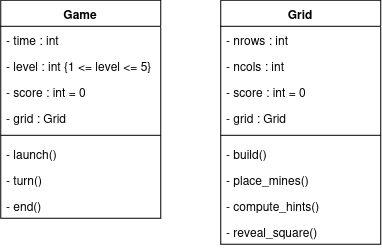
Before: analyse/png/classes.png, a diagram exported from draw.io (EstebanAugustin/poo-ppmd). Source tidied: cells renumbered, new cells last; positions are measured from the earlier drawing's top-left corner, leaving out a move shared by most shapes.
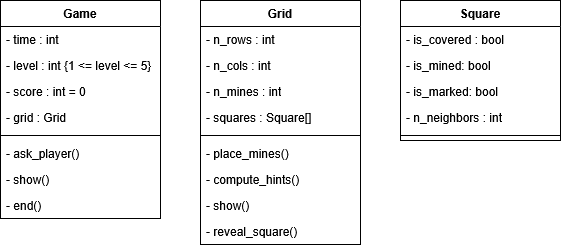
The same diagram one commit later.

Commit message:
maj diagrammes

Change to the diagram source:
```diff
@@ -3,7 +3,7 @@
     <mxCell id="0" />
     <mxCell id="1" parent="0" />
     <mxCell id="2" value="&lt;div&gt;Game&lt;/div&gt;" style="swimlane;fontStyle=1;align=center;verticalAlign=top;horizontal=1;startSize=26;whiteSpace=wrap;html=1;" parent="1" vertex="1">
-      <mxGeometry width="160" height="218" as="geometry" />
+      <mxGeometry x="10" y="10" width="160" height="218" as="geometry" />
     </mxCell>
     <mxCell id="3" value="- time : int" style="text;strokeColor=none;fillColor=none;align=left;verticalAlign=top;spacingLeft=4;spacingRight=4;overflow=hidden;whiteSpace=wrap;html=1;" parent="2" vertex="1">
       <mxGeometry y="26" width="160" height="26" as="geometry" />
@@ -20,44 +20,62 @@
     <mxCell id="7" style="line;strokeWidth=1;fillColor=none;align=left;verticalAlign=middle;spacingTop=-1;spacingLeft=3;spacingRight=3;labelPosition=right;strokeColor=inherit;" parent="2" vertex="1">
       <mxGeometry y="130" width="160" height="10" as="geometry" />
     </mxCell>
-    <mxCell id="8" value="&lt;div&gt;- launch()&lt;/div&gt;" style="text;strokeColor=none;fillColor=none;align=left;verticalAlign=top;spacingLeft=4;spacingRight=4;overflow=hidden;whiteSpace=wrap;html=1;" parent="2" vertex="1">
-      <mxGeometry y="140" width="160" height="26" as="geometry" />
-    </mxCell>
-    <mxCell id="9" value="&lt;div&gt;- turn()&lt;/div&gt;" style="text;strokeColor=none;fillColor=none;align=left;verticalAlign=top;spacingLeft=4;spacingRight=4;overflow=hidden;whiteSpace=wrap;html=1;" parent="2" vertex="1">
-      <mxGeometry y="166" width="160" height="26" as="geometry" />
-    </mxCell>
+    <mxCell id="21" value="&lt;div&gt;- ask_player()&lt;/div&gt;" style="text;strokeColor=none;fillColor=none;align=left;verticalAlign=top;spacingLeft=4;spacingRight=4;overflow=hidden;whiteSpace=wrap;html=1;" parent="2" vertex="1">
+      <mxGeometry y="140" width="160" height="26" as="geometry" />
+    </mxCell>
+    <mxCell id="22" value="&lt;div&gt;- show()&lt;/div&gt;" style="text;strokeColor=none;fillColor=none;align=left;verticalAlign=top;spacingLeft=4;spacingRight=4;overflow=hidden;whiteSpace=wrap;html=1;" parent="2" vertex="1">
+      <mxGeometry y="166" width="160" height="26" as="geometry" />
+    </mxCell>
     <mxCell id="10" value="&lt;div&gt;- end()&lt;/div&gt;" style="text;strokeColor=none;fillColor=none;align=left;verticalAlign=top;spacingLeft=4;spacingRight=4;overflow=hidden;whiteSpace=wrap;html=1;" parent="2" vertex="1">
       <mxGeometry y="192" width="160" height="26" as="geometry" />
     </mxCell>
     <mxCell id="11" value="Grid" style="swimlane;fontStyle=1;align=center;verticalAlign=top;horizontal=1;startSize=26;whiteSpace=wrap;html=1;" parent="1" vertex="1">
-      <mxGeometry x="220" width="160" height="244" as="geometry" />
+      <mxGeometry x="210" y="10" width="160" height="244" as="geometry" />
     </mxCell>
-    <mxCell id="12" value="&lt;div&gt;- nrows : int&lt;/div&gt;" style="text;strokeColor=none;fillColor=none;align=left;verticalAlign=top;spacingLeft=4;spacingRight=4;overflow=hidden;whiteSpace=wrap;html=1;" parent="11" vertex="1">
+    <mxCell id="12" value="&lt;div&gt;- n_rows : int&lt;/div&gt;" style="text;strokeColor=none;fillColor=none;align=left;verticalAlign=top;spacingLeft=4;spacingRight=4;overflow=hidden;whiteSpace=wrap;html=1;" parent="11" vertex="1">
       <mxGeometry y="26" width="160" height="26" as="geometry" />
     </mxCell>
-    <mxCell id="13" value="- ncols : int" style="text;strokeColor=none;fillColor=none;align=left;verticalAlign=top;spacingLeft=4;spacingRight=4;overflow=hidden;whiteSpace=wrap;html=1;" parent="11" vertex="1">
+    <mxCell id="13" value="- n_cols : int" style="text;strokeColor=none;fillColor=none;align=left;verticalAlign=top;spacingLeft=4;spacingRight=4;overflow=hidden;whiteSpace=wrap;html=1;" parent="11" vertex="1">
       <mxGeometry y="52" width="160" height="26" as="geometry" />
     </mxCell>
-    <mxCell id="14" value="&lt;div&gt;- score : int = 0&lt;/div&gt;&lt;div&gt;&lt;br&gt;&lt;/div&gt;" style="text;strokeColor=none;fillColor=none;align=left;verticalAlign=top;spacingLeft=4;spacingRight=4;overflow=hidden;whiteSpace=wrap;html=1;" parent="11" vertex="1">
-      <mxGeometry y="78" width="160" height="26" as="geometry" />
-    </mxCell>
+    <mxCell id="23" value="- n_mines : int" style="text;strokeColor=none;fillColor=none;align=left;verticalAlign=top;spacingLeft=4;spacingRight=4;overflow=hidden;whiteSpace=wrap;html=1;" parent="11" vertex="1">
+      <mxGeometry y="78" width="160" height="26" as="geometry" />
+    </mxCell>
-    <mxCell id="15" value="&lt;div&gt;- grid : Grid&lt;/div&gt;&lt;div&gt;&lt;br&gt;&lt;/div&gt;" style="text;strokeColor=none;fillColor=none;align=left;verticalAlign=top;spacingLeft=4;spacingRight=4;overflow=hidden;whiteSpace=wrap;html=1;" parent="11" vertex="1">
+    <mxCell id="15" value="&lt;div&gt;- squares : Square[]&amp;nbsp;&lt;/div&gt;&lt;div&gt;&lt;br&gt;&lt;/div&gt;" style="text;strokeColor=none;fillColor=none;align=left;verticalAlign=top;spacingLeft=4;spacingRight=4;overflow=hidden;whiteSpace=wrap;html=1;" parent="11" vertex="1">
       <mxGeometry y="104" width="160" height="26" as="geometry" />
     </mxCell>
     <mxCell id="16" style="line;strokeWidth=1;fillColor=none;align=left;verticalAlign=middle;spacingTop=-1;spacingLeft=3;spacingRight=3;labelPosition=right;strokeColor=inherit;" parent="11" vertex="1">
       <mxGeometry y="130" width="160" height="10" as="geometry" />
     </mxCell>
-    <mxCell id="17" value="&lt;div&gt;- build()&lt;/div&gt;" style="text;strokeColor=none;fillColor=none;align=left;verticalAlign=top;spacingLeft=4;spacingRight=4;overflow=hidden;whiteSpace=wrap;html=1;" parent="11" vertex="1">
-      <mxGeometry y="140" width="160" height="26" as="geometry" />
-    </mxCell>
     <mxCell id="18" value="&lt;div&gt;- place_mines()&lt;/div&gt;" style="text;strokeColor=none;fillColor=none;align=left;verticalAlign=top;spacingLeft=4;spacingRight=4;overflow=hidden;whiteSpace=wrap;html=1;" parent="11" vertex="1">
-      <mxGeometry y="166" width="160" height="26" as="geometry" />
+      <mxGeometry y="140" width="160" height="26" as="geometry" />
     </mxCell>
     <mxCell id="19" value="&lt;div&gt;- compute_hints()&lt;/div&gt;" style="text;strokeColor=none;fillColor=none;align=left;verticalAlign=top;spacingLeft=4;spacingRight=4;overflow=hidden;whiteSpace=wrap;html=1;" parent="11" vertex="1">
-      <mxGeometry y="192" width="160" height="26" as="geometry" />
+      <mxGeometry y="166" width="160" height="26" as="geometry" />
     </mxCell>
+    <mxCell id="24" value="&lt;div&gt;- show()&lt;/div&gt;&lt;div&gt;&lt;br&gt;&lt;/div&gt;" style="text;strokeColor=none;fillColor=none;align=left;verticalAlign=top;spacingLeft=4;spacingRight=4;overflow=hidden;whiteSpace=wrap;html=1;" parent="11" vertex="1">
+      <mxGeometry y="192" width="160" height="26" as="geometry" />
+    </mxCell>
     <mxCell id="20" value="&lt;div&gt;- reveal_square()&lt;/div&gt;&lt;div&gt;&lt;br&gt;&lt;/div&gt;" style="text;strokeColor=none;fillColor=none;align=left;verticalAlign=top;spacingLeft=4;spacingRight=4;overflow=hidden;whiteSpace=wrap;html=1;" parent="11" vertex="1">
       <mxGeometry y="218" width="160" height="26" as="geometry" />
     </mxCell>
+    <mxCell id="25" value="Square" style="swimlane;fontStyle=1;align=center;verticalAlign=top;horizontal=1;startSize=26;whiteSpace=wrap;html=1;" parent="1" vertex="1">
+      <mxGeometry x="410" y="10" width="160" height="140" as="geometry" />
+    </mxCell>
+    <mxCell id="26" value="&lt;div&gt;- is_covered : bool&lt;/div&gt;" style="text;strokeColor=none;fillColor=none;align=left;verticalAlign=top;spacingLeft=4;spacingRight=4;overflow=hidden;whiteSpace=wrap;html=1;" parent="25" vertex="1">
+      <mxGeometry y="26" width="160" height="26" as="geometry" />
+    </mxCell>
+    <mxCell id="27" value="- is_mined: bool" style="text;strokeColor=none;fillColor=none;align=left;verticalAlign=top;spacingLeft=4;spacingRight=4;overflow=hidden;whiteSpace=wrap;html=1;" parent="25" vertex="1">
+      <mxGeometry y="52" width="160" height="26" as="geometry" />
+    </mxCell>
+    <mxCell id="28" value="- is_marked: bool" style="text;strokeColor=none;fillColor=none;align=left;verticalAlign=top;spacingLeft=4;spacingRight=4;overflow=hidden;whiteSpace=wrap;html=1;" parent="25" vertex="1">
+      <mxGeometry y="78" width="160" height="26" as="geometry" />
+    </mxCell>
+    <mxCell id="29" value="&lt;div&gt;- n_neighbors : int&amp;nbsp;&lt;/div&gt;&lt;div&gt;&lt;br&gt;&lt;/div&gt;" style="text;strokeColor=none;fillColor=none;align=left;verticalAlign=top;spacingLeft=4;spacingRight=4;overflow=hidden;whiteSpace=wrap;html=1;" parent="25" vertex="1">
+      <mxGeometry y="104" width="160" height="26" as="geometry" />
+    </mxCell>
+    <mxCell id="30" style="line;strokeWidth=1;fillColor=none;align=left;verticalAlign=middle;spacingTop=-1;spacingLeft=3;spacingRight=3;labelPosition=right;strokeColor=inherit;" parent="25" vertex="1">
+      <mxGeometry y="130" width="160" height="10" as="geometry" />
+    </mxCell>
   </root>
 </mxGraphModel>
```
